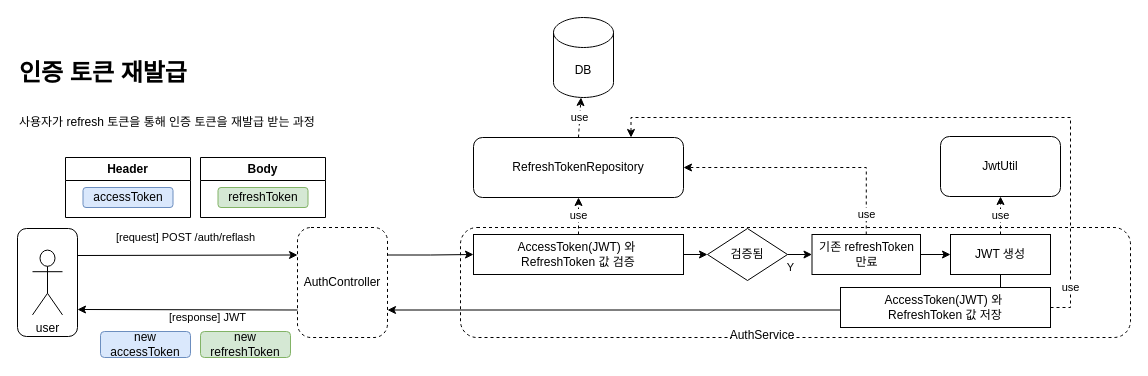
This is page "인증 토큰 재발급" (3 of 4) of hands-on-msa/hands-on-msa-with-spring-cloud/app/auth-app/readme/auth_process.drawio from Gun2/hands-on-everything, a draw.io file, before an edit. Source tidied: cells renumbered, new cells numbered last; positions are measured from the earlier drawing's top-left corner, leaving out a move shared by most shapes. Both pictures are drawn from the tidied source at 100%, with x=0, y=0 at pixel (17, 17).
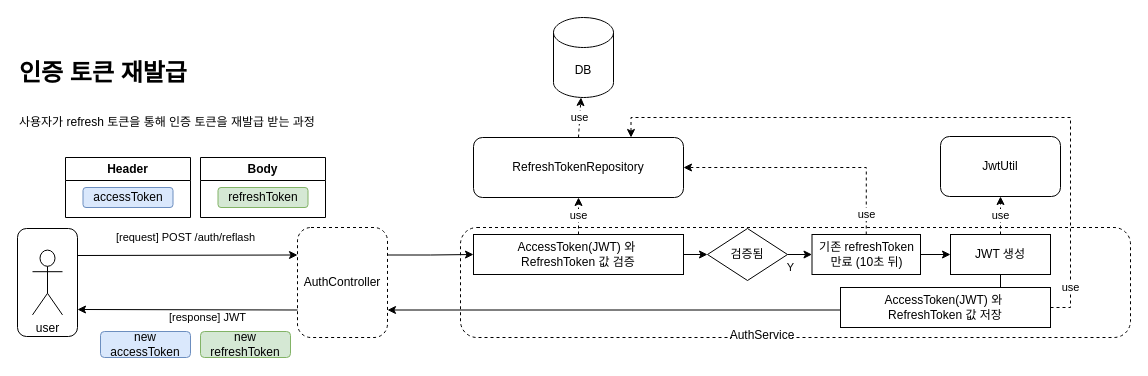
After the change.

Commit message (it also covers changes not shown here):
spring cloud - 인증(token)관련 도식화 정보 추가

The edit, as a diff of the source:
```diff
@@
-    <mxCell id="21" value="기존 refreshToken&lt;div&gt;만료&lt;/div&gt;" style="rounded=0;whiteSpace=wrap;html=1;" parent="1" vertex="1">
+    <mxCell id="21" value="기존 refreshToken&lt;div&gt;만료 (10초 뒤)&lt;/div&gt;" style="rounded=0;whiteSpace=wrap;html=1;" parent="1" vertex="1">
       <mxGeometry x="794.5" y="217" width="108.5" height="40" as="geometry" />
     </mxCell>
```
